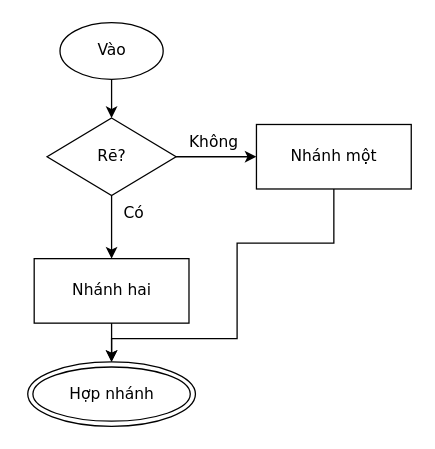
Before: conformance/golden/flowchart/05-merge-node.drawio in luytbq/flowcast, a draw.io diagram. Source tidied: cells renumbered, new cells numbered last; positions are measured from the earlier drawing's top-left corner, leaving out a move shared by most shapes. Both pictures are drawn from the tidied source at 129%, with x=0, y=0 at pixel (27, 22).
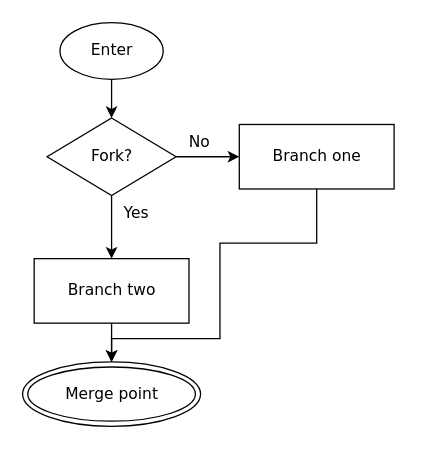
After the change.

Change to the diagram source:
```diff
@@
 <mxGraphModel>
   <root>
     <mxCell id="0" />
     <mxCell id="1" parent="0" />
-    <mxCell id="2" value="Vào" style="ellipse;html=1;fontFamily=Verdana;fontSize=12;flowtable=1;" parent="1" vertex="1">
+    <mxCell id="2" value="Enter" style="ellipse;html=1;fontFamily=Verdana;fontSize=12;flowtable=1;" parent="1" vertex="1">
       <mxGeometry x="25" width="80" height="44" as="geometry" />
     </mxCell>
-    <mxCell id="3" value="Rẽ?" style="rhombus;html=1;fontFamily=Verdana;fontSize=12;flowtable=1;" parent="1" vertex="1">
+    <mxCell id="3" value="Fork?" style="rhombus;html=1;fontFamily=Verdana;fontSize=12;flowtable=1;" parent="1" vertex="1">
       <mxGeometry x="15" y="74" width="100" height="60" as="geometry" />
     </mxCell>
-    <mxCell id="4" value="Nhánh một" style="rounded=0;html=1;fontFamily=Verdana;fontSize=12;flowtable=1;" parent="1" vertex="1">
-      <mxGeometry x="177.3" y="79" width="120" height="50" as="geometry" />
+    <mxCell id="4" value="Branch one" style="rounded=0;html=1;fontFamily=Verdana;fontSize=12;flowtable=1;" parent="1" vertex="1">
+      <mxGeometry x="164" y="79" width="120" height="50" as="geometry" />
     </mxCell>
-    <mxCell id="5" value="Nhánh hai" style="rounded=0;html=1;fontFamily=Verdana;fontSize=12;flowtable=1;" parent="1" vertex="1">
+    <mxCell id="5" value="Branch two" style="rounded=0;html=1;fontFamily=Verdana;fontSize=12;flowtable=1;" parent="1" vertex="1">
       <mxGeometry x="5" y="183" width="120" height="50" as="geometry" />
     </mxCell>
-    <mxCell id="6" value="Hợp nhánh" style="shape=doubleEllipse;html=1;fontFamily=Verdana;fontSize=12;flowtable=1;" parent="1" vertex="1">
-      <mxGeometry y="263" width="130" height="50" as="geometry" />
+    <mxCell id="6" value="Merge point" style="shape=doubleEllipse;html=1;fontFamily=Verdana;fontSize=12;flowtable=1;" parent="1" vertex="1">
+      <mxGeometry x="-4" y="263" width="138" height="50" as="geometry" />
     </mxCell>
     <mxCell id="7" style="edgeStyle=orthogonalEdgeStyle;rounded=0;jettySize=auto;html=1;labelBackgroundColor=default;exitX=0.5;exitY=1;exitDx=0;exitDy=0;entryX=0.5;entryY=0;entryDx=0;entryDy=0;fontFamily=Verdana;fontSize=12;flowtable=1;" parent="1" edge="1" source="2" target="3">
       <mxGeometry relative="1" as="geometry" />
     </mxCell>
-    <mxCell id="8" value="Không" style="edgeStyle=orthogonalEdgeStyle;rounded=0;jettySize=auto;html=1;labelBackgroundColor=default;exitX=1;exitY=0.5;exitDx=0;exitDy=0;entryX=0;entryY=0.5;entryDx=0;entryDy=0;fontFamily=Verdana;fontSize=12;flowtable=1;" parent="1" edge="1" source="3" target="4">
-      <mxGeometry x="-0.06" relative="1" as="geometry">
+    <mxCell id="8" value="No" style="edgeStyle=orthogonalEdgeStyle;rounded=0;jettySize=auto;html=1;labelBackgroundColor=default;exitX=1;exitY=0.5;exitDx=0;exitDy=0;entryX=0;entryY=0.5;entryDx=0;entryDy=0;fontFamily=Verdana;fontSize=12;flowtable=1;" parent="1" edge="1" source="3" target="4">
+      <mxGeometry x="-0.26" relative="1" as="geometry">
         <mxPoint y="-11.5" as="offset" />
       </mxGeometry>
     </mxCell>
-    <mxCell id="9" value="Có" style="edgeStyle=orthogonalEdgeStyle;rounded=0;jettySize=auto;html=1;labelBackgroundColor=default;exitX=0.5;exitY=1;exitDx=0;exitDy=0;entryX=0.5;entryY=0;entryDx=0;entryDy=0;fontFamily=Verdana;fontSize=12;flowtable=1;" parent="1" edge="1" source="3" target="5">
+    <mxCell id="9" value="Yes" style="edgeStyle=orthogonalEdgeStyle;rounded=0;jettySize=auto;html=1;labelBackgroundColor=default;exitX=0.5;exitY=1;exitDx=0;exitDy=0;entryX=0.5;entryY=0;entryDx=0;entryDy=0;fontFamily=Verdana;fontSize=12;flowtable=1;" parent="1" edge="1" source="3" target="5">
       <mxGeometry x="-0.41" relative="1" as="geometry">
-        <mxPoint x="16.8" as="offset" />
+        <mxPoint x="19.4" as="offset" />
       </mxGeometry>
     </mxCell>
     <mxCell id="10" style="edgeStyle=orthogonalEdgeStyle;rounded=0;jettySize=auto;html=1;labelBackgroundColor=default;exitX=0.5;exitY=1;exitDx=0;exitDy=0;entryX=0.5;entryY=0;entryDx=0;entryDy=0;fontFamily=Verdana;fontSize=12;flowtable=1;" parent="1" edge="1" source="4" target="6">
       <mxGeometry relative="1" as="geometry">
         <Array as="points">
-          <mxPoint x="237.3" y="171" />
-          <mxPoint x="162.3" y="171" />
-          <mxPoint x="162.3" y="245" />
+          <mxPoint x="224" y="171" />
+          <mxPoint x="149" y="171" />
+          <mxPoint x="149" y="245" />
           <mxPoint x="65" y="245" />
         </Array>
       </mxGeometry>
     </mxCell>
     <mxCell id="11" style="edgeStyle=orthogonalEdgeStyle;rounded=0;jettySize=auto;html=1;labelBackgroundColor=default;exitX=0.5;exitY=1;exitDx=0;exitDy=0;entryX=0.5;entryY=0;entryDx=0;entryDy=0;fontFamily=Verdana;fontSize=12;flowtable=1;" parent="1" edge="1" source="5" target="6">
       <mxGeometry relative="1" as="geometry" />
     </mxCell>
   </root>
 </mxGraphModel>
```
